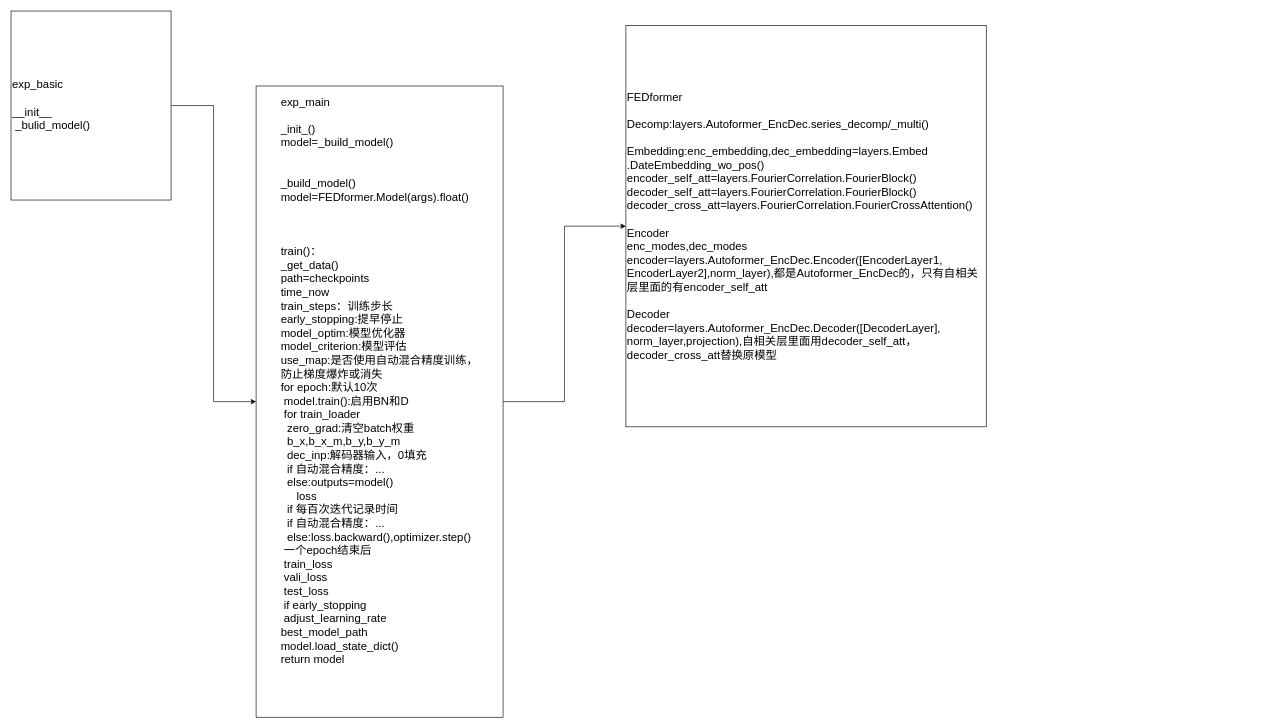
The draw.io diagram FEDformer.drawio in Lihua-neko/QASystemOnMedicalKG, before the edit. Source tidied: cells renumbered, new cells numbered last; positions are measured from the earlier drawing's top-left corner, leaving out a move shared by most shapes. Both pictures are drawn from the tidied source at 63%, with x=0, y=0 at pixel (11, 11).
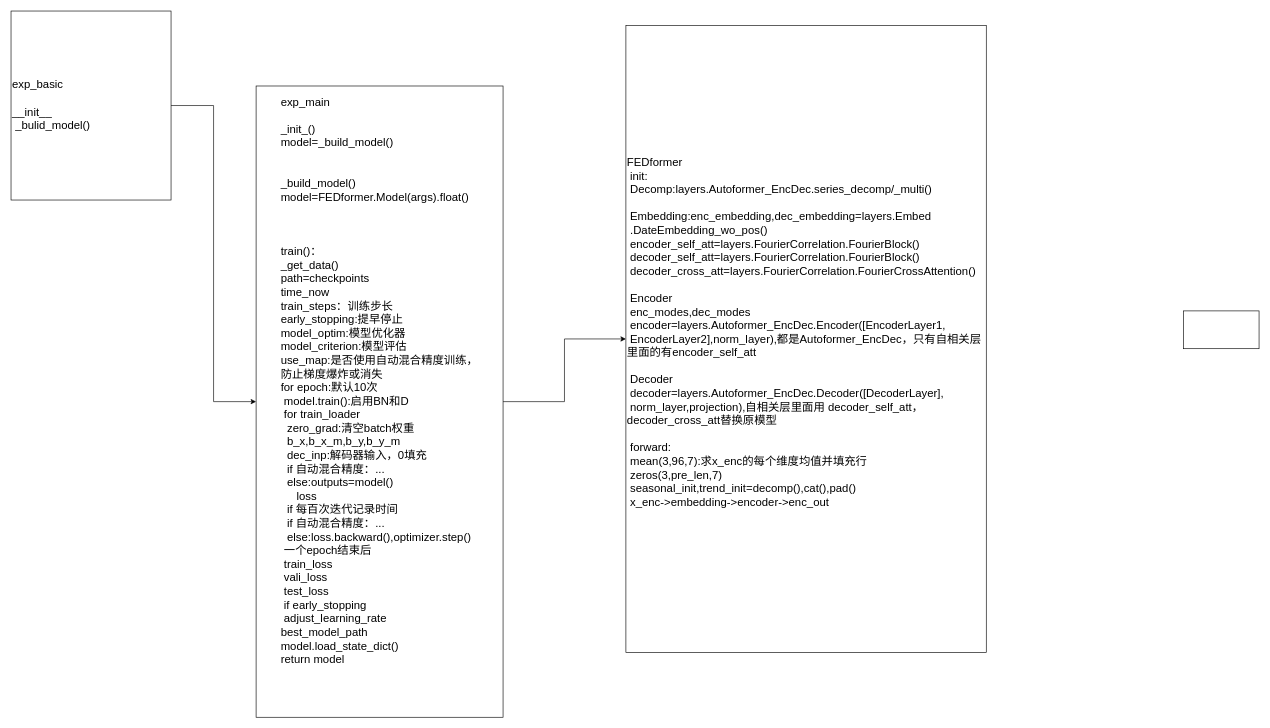
After the change.

Diff of the diagram source:
```diff
@@
 <mxGraphModel>
   <root>
     <mxCell id="0" />
     <mxCell id="1" parent="0" />
     <mxCell id="2" style="edgeStyle=orthogonalEdgeStyle;rounded=0;jettySize=auto;html=1;fontSize=18;" parent="1" edge="1" source="3" target="6">
       <mxGeometry relative="1" as="geometry" />
     </mxCell>
     <mxCell id="3" value="&lt;div style=&quot;text-align: left;&quot;&gt;&lt;span style=&quot;font-size: 18px; background-color: initial;&quot;&gt;exp_main&lt;/span&gt;&lt;/div&gt;&lt;div style=&quot;text-align: left;&quot;&gt;&lt;span style=&quot;font-size: 18px; background-color: initial;&quot;&gt;&lt;br&gt;&lt;/span&gt;&lt;/div&gt;&lt;div style=&quot;text-align: left;&quot;&gt;&lt;span style=&quot;font-size: 18px; background-color: initial;&quot;&gt;_init_()&lt;/span&gt;&lt;/div&gt;&lt;div style=&quot;text-align: left;&quot;&gt;&lt;span style=&quot;font-size: 18px; background-color: initial;&quot;&gt;model=_build_model()&lt;/span&gt;&lt;/div&gt;&lt;div style=&quot;text-align: left;&quot;&gt;&lt;span style=&quot;font-size: 18px; background-color: initial;&quot;&gt;&lt;br&gt;&lt;/span&gt;&lt;/div&gt;&lt;font style=&quot;font-size: 18px;&quot;&gt;&lt;div style=&quot;text-align: left;&quot;&gt;&lt;span style=&quot;background-color: initial;&quot;&gt;&lt;br&gt;&lt;/span&gt;&lt;/div&gt;&lt;div style=&quot;text-align: left;&quot;&gt;_build_model()&lt;/div&gt;&lt;div style=&quot;text-align: left;&quot;&gt;model=FEDformer.Model(args).float()&lt;/div&gt;&lt;div style=&quot;text-align: left;&quot;&gt;&lt;br&gt;&lt;/div&gt;&lt;div style=&quot;text-align: left;&quot;&gt;&lt;span style=&quot;background-color: initial;&quot;&gt;&lt;br&gt;&lt;/span&gt;&lt;/div&gt;&lt;div style=&quot;text-align: left;&quot;&gt;&lt;span style=&quot;background-color: initial;&quot;&gt;&lt;br&gt;&lt;/span&gt;&lt;/div&gt;&lt;div style=&quot;text-align: left;&quot;&gt;&lt;span style=&quot;background-color: initial;&quot;&gt;train()：&lt;/span&gt;&lt;/div&gt;&lt;div style=&quot;text-align: left;&quot;&gt;&lt;span style=&quot;background-color: initial;&quot;&gt;_get_data()&lt;/span&gt;&lt;/div&gt;&lt;div style=&quot;text-align: left;&quot;&gt;&lt;span style=&quot;background-color: initial;&quot;&gt;path=checkpoints&lt;/span&gt;&lt;/div&gt;&lt;div style=&quot;text-align: left;&quot;&gt;&lt;span style=&quot;background-color: initial;&quot;&gt;time_now&lt;/span&gt;&lt;/div&gt;&lt;div style=&quot;text-align: left;&quot;&gt;&lt;span style=&quot;background-color: initial;&quot;&gt;train_steps：训练步长&lt;/span&gt;&lt;/div&gt;&lt;div style=&quot;text-align: left;&quot;&gt;&lt;span style=&quot;background-color: initial;&quot;&gt;early_stopping:提早停止&lt;/span&gt;&lt;/div&gt;&lt;div style=&quot;text-align: left;&quot;&gt;&lt;span style=&quot;background-color: initial;&quot;&gt;model_optim:模型优化器&lt;br&gt;model_criterion:模型评估&lt;/span&gt;&lt;/div&gt;&lt;div style=&quot;text-align: left;&quot;&gt;&lt;span style=&quot;background-color: initial;&quot;&gt;use_map:是否使用自动混合精度训练，&lt;/span&gt;&lt;/div&gt;&lt;div style=&quot;text-align: left;&quot;&gt;&lt;span style=&quot;background-color: initial;&quot;&gt;防止梯度爆炸或消失&lt;/span&gt;&lt;/div&gt;&lt;div style=&quot;text-align: left;&quot;&gt;&lt;span style=&quot;background-color: initial;&quot;&gt;for epoch:默认10次&lt;/span&gt;&lt;/div&gt;&lt;div style=&quot;text-align: left;&quot;&gt;&lt;span style=&quot;background-color: initial;&quot;&gt;&lt;span style=&quot;white-space: pre;&quot;&gt; &lt;/span&gt;model.train():启用BN和D&lt;/span&gt;&lt;/div&gt;&lt;div style=&quot;text-align: left;&quot;&gt;&lt;span style=&quot;background-color: initial;&quot;&gt;&lt;span style=&quot;white-space: pre;&quot;&gt; &lt;/span&gt;for train_loader&lt;/span&gt;&lt;/div&gt;&lt;div style=&quot;text-align: left;&quot;&gt;&lt;span style=&quot;background-color: initial;&quot;&gt;&lt;span style=&quot;white-space: pre;&quot;&gt; &lt;/span&gt;&lt;span style=&quot;white-space: pre;&quot;&gt; &lt;/span&gt;zero_grad:清空batch权重&lt;br&gt;&lt;/span&gt;&lt;/div&gt;&lt;div style=&quot;text-align: left;&quot;&gt;&lt;span style=&quot;background-color: initial;&quot;&gt;&amp;nbsp; b_x,b_x_m,b_y,b_y_m&lt;/span&gt;&lt;/div&gt;&lt;div style=&quot;text-align: left;&quot;&gt;&lt;span style=&quot;background-color: initial;&quot;&gt;&amp;nbsp; dec_inp:解码器输入，0填充&lt;/span&gt;&lt;/div&gt;&lt;div style=&quot;text-align: left;&quot;&gt;&lt;span style=&quot;background-color: initial;&quot;&gt;&amp;nbsp; if 自动混合精度：...&lt;/span&gt;&lt;/div&gt;&lt;div style=&quot;text-align: left;&quot;&gt;&lt;span style=&quot;background-color: initial;&quot;&gt;&amp;nbsp; else:outputs=model()&lt;/span&gt;&lt;/div&gt;&lt;div style=&quot;text-align: left;&quot;&gt;&lt;span style=&quot;background-color: initial;&quot;&gt;&amp;nbsp;&amp;nbsp;&lt;span style=&quot;white-space: pre;&quot;&gt; &lt;/span&gt;&amp;nbsp; loss&lt;/span&gt;&lt;/div&gt;&lt;div style=&quot;text-align: left;&quot;&gt;&lt;span style=&quot;background-color: initial;&quot;&gt;&amp;nbsp; if 每百次迭代记录时间&lt;/span&gt;&lt;/div&gt;&lt;div style=&quot;text-align: left;&quot;&gt;&lt;span style=&quot;background-color: initial;&quot;&gt;&amp;nbsp; if 自动混合精度：...&lt;/span&gt;&lt;/div&gt;&lt;div style=&quot;text-align: left;&quot;&gt;&lt;span style=&quot;background-color: initial;&quot;&gt;&amp;nbsp; else:loss.backward(),optimizer.step()&lt;/span&gt;&lt;/div&gt;&lt;div style=&quot;text-align: left;&quot;&gt;&amp;nbsp;一个epoch结束后&lt;/div&gt;&lt;div style=&quot;text-align: left;&quot;&gt;&amp;nbsp;train_loss&lt;/div&gt;&lt;div style=&quot;text-align: left;&quot;&gt;&amp;nbsp;vali_loss&lt;/div&gt;&lt;div style=&quot;text-align: left;&quot;&gt;&amp;nbsp;test_loss&lt;/div&gt;&lt;div style=&quot;text-align: left;&quot;&gt;&amp;nbsp;if early_stopping&lt;/div&gt;&lt;div style=&quot;text-align: left;&quot;&gt;&amp;nbsp;adjust_learning_rate&lt;/div&gt;&lt;div style=&quot;text-align: left;&quot;&gt;best_model_path&lt;/div&gt;&lt;div style=&quot;text-align: left;&quot;&gt;model.load_state_dict()&lt;/div&gt;&lt;div style=&quot;text-align: left;&quot;&gt;return model&lt;/div&gt;&lt;div style=&quot;text-align: left;&quot;&gt;&lt;br&gt;&lt;/div&gt;&lt;div style=&quot;text-align: left;&quot;&gt;&lt;span style=&quot;background-color: initial;&quot;&gt;&amp;nbsp;&amp;nbsp;&lt;/span&gt;&lt;/div&gt;&lt;div style=&quot;text-align: left;&quot;&gt;&lt;span style=&quot;background-color: initial;&quot;&gt;&lt;br&gt;&lt;/span&gt;&lt;/div&gt;&lt;/font&gt;" style="rounded=0;whiteSpace=wrap;html=1;" parent="1" vertex="1">
       <mxGeometry x="389" y="119" width="392" height="1002" as="geometry" />
     </mxCell>
     <mxCell id="4" style="edgeStyle=orthogonalEdgeStyle;rounded=0;jettySize=auto;html=1;fontSize=18;" parent="1" edge="1" source="5" target="3">
       <mxGeometry relative="1" as="geometry" />
     </mxCell>
     <mxCell id="5" value="exp_basic&lt;br&gt;&lt;br&gt;__init__&lt;br&gt;&lt;span style=&quot;white-space: pre;&quot;&gt; &lt;/span&gt;_bulid_model()" style="rounded=0;whiteSpace=wrap;html=1;fontSize=18;align=left;" parent="1" vertex="1">
       <mxGeometry width="254" height="300" as="geometry" />
     </mxCell>
-    <mxCell id="6" value="FEDformer&lt;br&gt;&lt;br&gt;Decomp:layers.Autoformer_EncDec.series_decomp/_multi()&lt;br&gt;&lt;br&gt;Embedding:enc_embedding,dec_embedding=layers.Embed&lt;br&gt;.DateEmbedding_wo_pos()&lt;br&gt;encoder_self_att=layers.FourierCorrelation.FourierBlock()&lt;br&gt;decoder_self_att=layers.FourierCorrelation.FourierBlock()&lt;br&gt;decoder_cross_att=layers.FourierCorrelation.FourierCrossAttention()&lt;br&gt;&lt;br&gt;Encoder&lt;br&gt;enc_modes,dec_modes&lt;br&gt;encoder=layers.Autoformer_EncDec.Encoder([EncoderLayer1,&lt;br&gt;EncoderLayer2],norm_layer),都是Autoformer_EncDec的，只有自相关&lt;br&gt;层里面的有encoder_self_att&lt;br&gt;&lt;br&gt;Decoder&lt;br&gt;decoder=layers.Autoformer_EncDec.Decoder([DecoderLayer],&lt;br&gt;norm_layer,projection),自相关层里面用decoder_self_att，decoder_cross_att替换原模型" style="rounded=0;whiteSpace=wrap;html=1;fontSize=18;align=left;" parent="1" vertex="1">
-      <mxGeometry x="976" y="23" width="572" height="637" as="geometry" />
+    <mxCell id="6" value="FEDformer&lt;br&gt;&lt;span style=&quot;white-space: pre;&quot;&gt; &lt;/span&gt;init:&lt;br&gt;&lt;span style=&quot;white-space: pre;&quot;&gt; &lt;/span&gt;Decomp:layers.Autoformer_EncDec.series_decomp/_multi()&lt;br&gt;&lt;br&gt;&lt;span style=&quot;white-space: pre;&quot;&gt; &lt;/span&gt;Embedding:enc_embedding,dec_embedding=layers.Embed&lt;br&gt;&lt;span style=&quot;white-space: pre;&quot;&gt; &lt;/span&gt;.DateEmbedding_wo_pos()&lt;br&gt;&lt;span style=&quot;white-space: pre;&quot;&gt; &lt;/span&gt;encoder_self_att=layers.FourierCorrelation.FourierBlock()&lt;br&gt;&lt;span style=&quot;white-space: pre;&quot;&gt; &lt;/span&gt;decoder_self_att=layers.FourierCorrelation.FourierBlock()&lt;br&gt;&lt;span style=&quot;white-space: pre;&quot;&gt; &lt;/span&gt;decoder_cross_att=layers.FourierCorrelation.FourierCrossAttention()&lt;br&gt;&lt;br&gt;&lt;span style=&quot;white-space: pre;&quot;&gt; &lt;/span&gt;Encoder&lt;br&gt;&lt;span style=&quot;white-space: pre;&quot;&gt; &lt;/span&gt;enc_modes,dec_modes&lt;br&gt;&lt;span style=&quot;white-space: pre;&quot;&gt; &lt;/span&gt;encoder=layers.Autoformer_EncDec.Encoder([EncoderLayer1,&lt;br&gt;&lt;span style=&quot;white-space: pre;&quot;&gt; &lt;/span&gt;EncoderLayer2],norm_layer),都是Autoformer_EncDec，只有自相关层里面的有encoder_self_att&lt;br&gt;&lt;br&gt;&lt;span style=&quot;white-space: pre;&quot;&gt; &lt;/span&gt;Decoder&lt;br&gt;&lt;span style=&quot;white-space: pre;&quot;&gt; &lt;/span&gt;decoder=layers.Autoformer_EncDec.Decoder([DecoderLayer],&lt;br&gt;&lt;span style=&quot;white-space: pre;&quot;&gt; &lt;/span&gt;norm_layer,projection),自相关层里面用 decoder_self_att，decoder_cross_att替换原模型&lt;br&gt;&lt;br&gt;&lt;span style=&quot;white-space: pre;&quot;&gt; &lt;/span&gt;forward:&lt;br&gt;&lt;span style=&quot;white-space: pre;&quot;&gt; &lt;/span&gt;mean(3,96,7):求x_enc的每个维度均值并填充行&lt;br&gt;&lt;span style=&quot;white-space: pre;&quot;&gt; &lt;/span&gt;zeros(3,pre_len,7)&lt;br&gt;&lt;span style=&quot;white-space: pre;&quot;&gt; &lt;/span&gt;seasonal_init,trend_init=decomp(),cat(),pad()&lt;br&gt;&lt;span style=&quot;white-space: pre;&quot;&gt; &lt;/span&gt;x_enc-&amp;gt;embedding-&amp;gt;encoder-&amp;gt;enc_out&lt;br&gt;&lt;span style=&quot;white-space: pre;&quot;&gt; &lt;/span&gt;&lt;br&gt;" style="rounded=0;whiteSpace=wrap;html=1;fontSize=18;align=left;" parent="1" vertex="1">
+      <mxGeometry x="976" y="23" width="572" height="995" as="geometry" />
     </mxCell>
+    <mxCell id="7" style="rounded=0;whiteSpace=wrap;html=1;" parent="1" vertex="1">
+      <mxGeometry x="1861" y="476" width="120" height="60" as="geometry" />
+    </mxCell>
   </root>
 </mxGraphModel>
```
